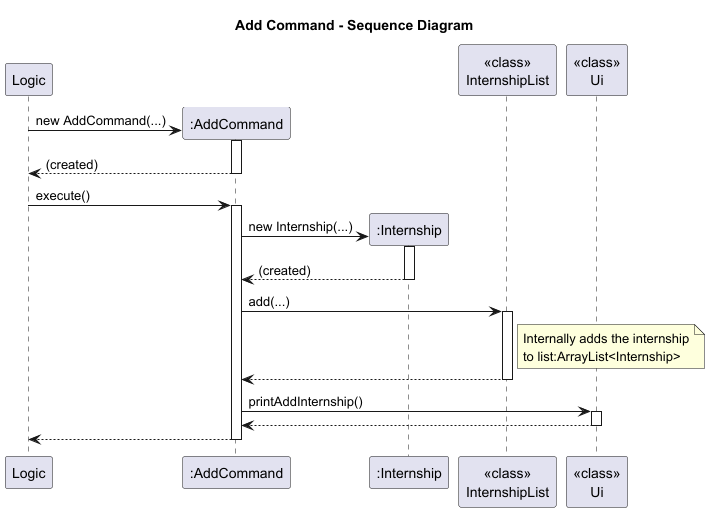
This is docs/diagrams/AddCommandSD.png from AY2526S1-CS2113-W14-4/tp, a PlantUML export, as it was before one commit.
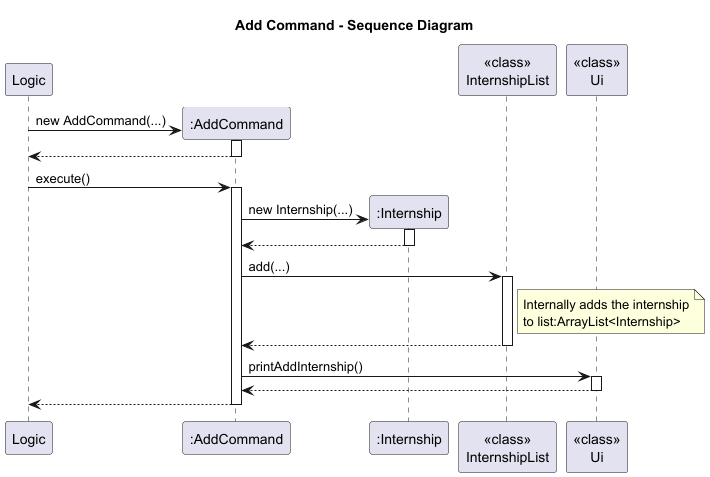
Later version of the same file.

The edit, as a diff of the source:
```diff
@@ -9,14 +9,14 @@
 
 Logic -> AC**: new AddCommand(...)
 activate AC
-return (created)
+return
 
 Logic -> AC: execute()
 activate AC
 
 AC -> IN**: new Internship(...)
 activate IN
-return (created)
+return
 deactivate IN
 
 AC -> IL: add(...)
```
